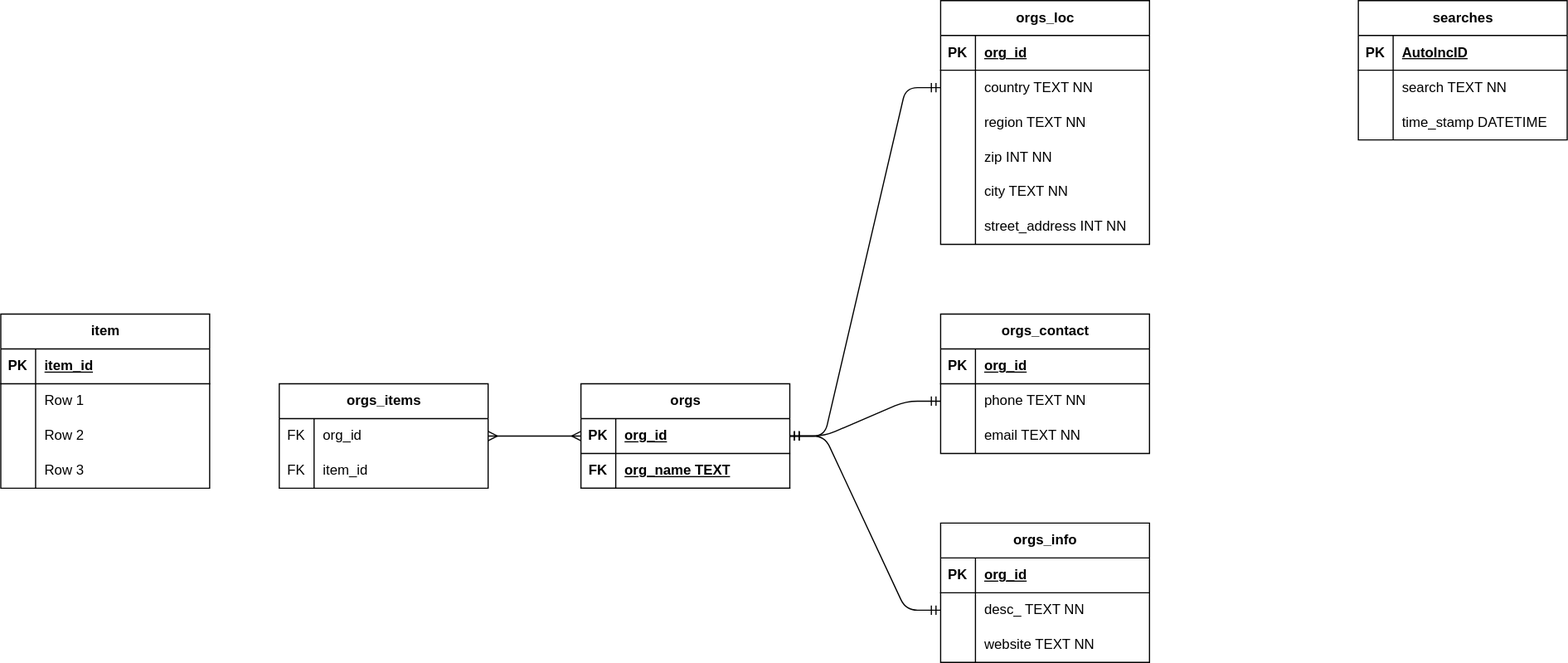
kurealnum/non-profit-link keeps this draw.io diagram as diagrams/database_schema.drawio.svg. Above is the earlier version. Source tidied: cells renumbered, new cells last; positions are measured from the earlier drawing's top-left corner, leaving out a move shared by most shapes.
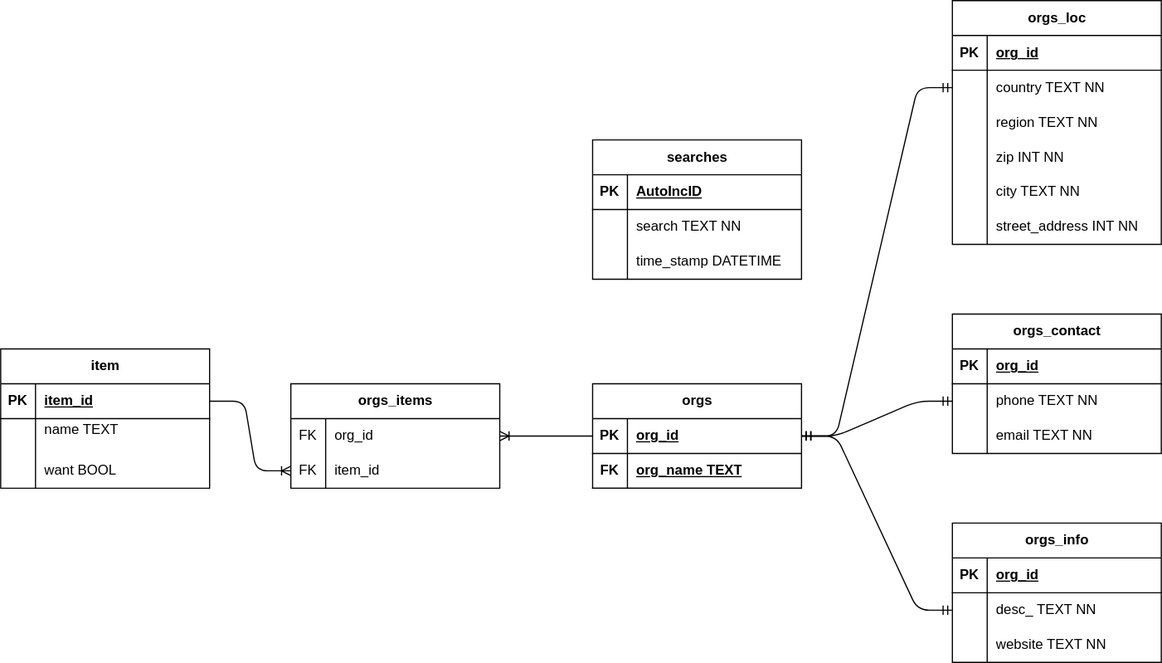
The same diagram one commit later.

Commit message:
Database migration issue

What changed in the source:
```diff
@@ -3,7 +3,7 @@
     <mxCell id="0" />
     <mxCell id="1" parent="0" />
     <mxCell id="2" value="searches" style="shape=table;startSize=30;rowLines=0;fontStyle=1;align=center;html=1;" parent="1" vertex="1">
-      <mxGeometry x="1170" width="180" height="120" as="geometry" />
+      <mxGeometry x="500" y="120" width="180" height="120" as="geometry" />
     </mxCell>
     <mxCell id="3" style="shape=tableRow;horizontal=0;startSize=0;swimlaneHead=0;swimlaneBody=0;fillColor=none;top=0;left=0;right=0;bottom=1;" parent="2" vertex="1">
       <mxGeometry y="30" width="180" height="30" as="geometry" />
@@ -206,11 +206,8 @@
     <mxCell id="67" value="item_id" style="shape=partialRectangle;fillColor=none;top=0;left=0;bottom=0;right=0;align=left;spacingLeft=6;overflow=hidden;whiteSpace=wrap;html=1;" parent="65" vertex="1">
       <mxGeometry x="30" width="150" height="30" as="geometry" />
     </mxCell>
-    <mxCell id="68" style="edgeStyle=entityRelationEdgeStyle;fontSize=12;html=1;endArrow=ERmany;startArrow=ERmany;exitX=0;exitY=0.5;exitDx=0;exitDy=0;entryX=1;entryY=0.5;entryDx=0;entryDy=0;" parent="1" edge="1" source="13" target="62">
-      <mxGeometry relative="1" as="geometry" />
-    </mxCell>
     <mxCell id="69" value="item" style="shape=table;startSize=30;rowLines=0;fontStyle=1;align=center;html=1;" parent="1" vertex="1">
-      <mxGeometry y="270" width="180" height="150" as="geometry" />
+      <mxGeometry x="-10" y="300" width="180" height="120" as="geometry" />
     </mxCell>
     <mxCell id="70" style="shape=tableRow;horizontal=0;startSize=0;swimlaneHead=0;swimlaneBody=0;fillColor=none;points=[[0,0.5],[1,0.5]];portConstraint=eastwest;top=0;left=0;right=0;bottom=1;" parent="69" vertex="1">
       <mxGeometry y="30" width="180" height="30" as="geometry" />
@@ -227,7 +224,7 @@
     <mxCell id="74" style="shape=partialRectangle;fillColor=none;top=0;left=0;bottom=0;right=0;overflow=hidden;whiteSpace=wrap;html=1;" parent="73" vertex="1">
       <mxGeometry width="30" height="30" as="geometry" />
     </mxCell>
-    <mxCell id="75" value="Row 1" style="shape=partialRectangle;fillColor=none;top=0;left=0;bottom=0;right=0;align=left;spacingLeft=6;overflow=hidden;whiteSpace=wrap;html=1;" parent="73" vertex="1">
+    <mxCell id="75" value="name TEXT&lt;span style=&quot;white-space: pre;&quot;&gt;&#9;&lt;/span&gt;" style="shape=partialRectangle;fillColor=none;top=0;left=0;bottom=0;right=0;align=left;spacingLeft=6;overflow=hidden;whiteSpace=wrap;html=1;" parent="73" vertex="1">
       <mxGeometry x="30" width="150" height="30" as="geometry" />
     </mxCell>
     <mxCell id="76" style="shape=tableRow;horizontal=0;startSize=0;swimlaneHead=0;swimlaneBody=0;fillColor=none;top=0;left=0;right=0;bottom=0;" parent="69" vertex="1">
@@ -236,17 +233,14 @@
     <mxCell id="77" style="shape=partialRectangle;fillColor=none;top=0;left=0;bottom=0;right=0;overflow=hidden;whiteSpace=wrap;html=1;" parent="76" vertex="1">
       <mxGeometry width="30" height="30" as="geometry" />
     </mxCell>
-    <mxCell id="78" value="Row 2" style="shape=partialRectangle;fillColor=none;top=0;left=0;bottom=0;right=0;align=left;spacingLeft=6;overflow=hidden;whiteSpace=wrap;html=1;" parent="76" vertex="1">
+    <mxCell id="78" value="want BOOL" style="shape=partialRectangle;fillColor=none;top=0;left=0;bottom=0;right=0;align=left;spacingLeft=6;overflow=hidden;whiteSpace=wrap;html=1;" parent="76" vertex="1">
       <mxGeometry x="30" width="150" height="30" as="geometry" />
     </mxCell>
-    <mxCell id="79" style="shape=tableRow;horizontal=0;startSize=0;swimlaneHead=0;swimlaneBody=0;fillColor=none;top=0;left=0;right=0;bottom=0;" parent="69" vertex="1">
-      <mxGeometry y="120" width="180" height="30" as="geometry" />
-    </mxCell>
-    <mxCell id="80" style="shape=partialRectangle;fillColor=none;top=0;left=0;bottom=0;right=0;overflow=hidden;whiteSpace=wrap;html=1;" parent="79" vertex="1">
-      <mxGeometry width="30" height="30" as="geometry" />
-    </mxCell>
-    <mxCell id="81" value="Row 3" style="shape=partialRectangle;fillColor=none;top=0;left=0;bottom=0;right=0;align=left;spacingLeft=6;overflow=hidden;whiteSpace=wrap;html=1;" parent="79" vertex="1">
-      <mxGeometry x="30" width="150" height="30" as="geometry" />
-    </mxCell>
+    <mxCell id="68" style="edgeStyle=entityRelationEdgeStyle;fontSize=12;html=1;endArrow=ERoneToMany;exitX=0;exitY=0.5;exitDx=0;exitDy=0;entryX=1;entryY=0.5;entryDx=0;entryDy=0;" parent="1" edge="1" source="13" target="62">
+      <mxGeometry relative="1" as="geometry" />
+    </mxCell>
+    <mxCell id="82" style="edgeStyle=entityRelationEdgeStyle;fontSize=12;html=1;endArrow=ERoneToMany;entryX=0;entryY=0.5;entryDx=0;entryDy=0;" parent="1" edge="1" source="70" target="65">
+      <mxGeometry relative="1" as="geometry" />
+    </mxCell>
   </root>
 </mxGraphModel>
```
